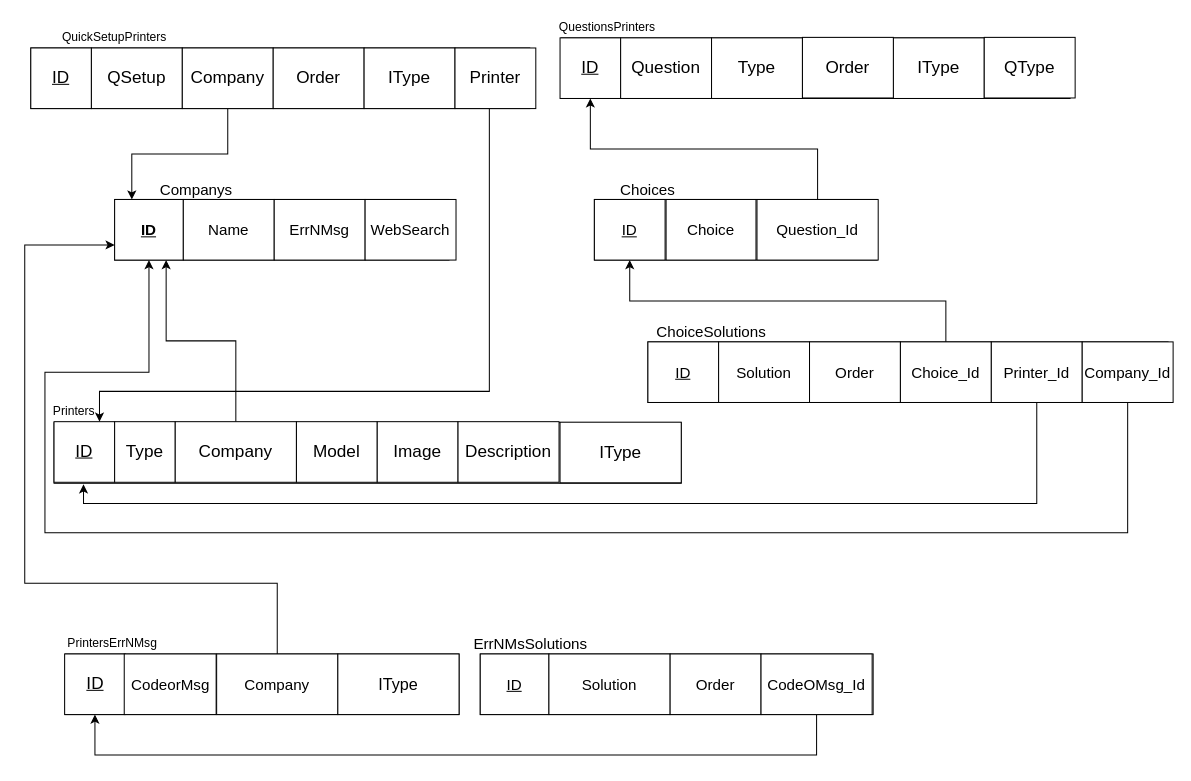
The draw.io diagram SchemaDiagram.drawio in SarahAminn/FixBoxExpertSystem, before the edit. Source tidied: cells renumbered, new cells numbered last; positions are measured from the earlier drawing's top-left corner, leaving out a move shared by most shapes. Both pictures are drawn from the tidied source at 101%, with x=0, y=0 at pixel (24, 17).
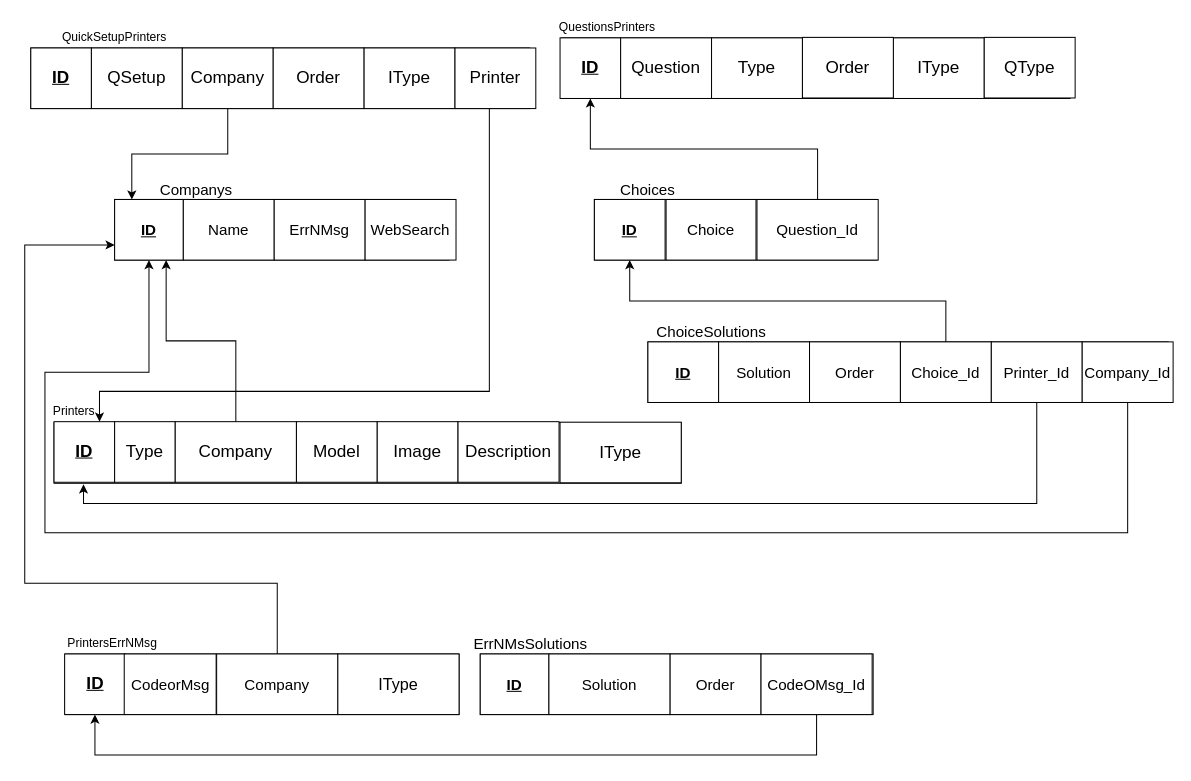
The same diagram, later.

Diff of the diagram source:
```diff
@@
-    <mxCell id="4" value="&lt;u&gt;&lt;font style=&quot;font-size: 17px&quot;&gt;ID&lt;/font&gt;&lt;/u&gt;" style="rounded=0;whiteSpace=wrap;html=1;" parent="1" vertex="1">
+    <mxCell id="4" value="&lt;u&gt;&lt;font style=&quot;font-size: 17px&quot;&gt;ID&lt;/font&gt;&lt;/u&gt;" style="rounded=0;whiteSpace=wrap;html=1;fontStyle=1;" parent="1" vertex="1">
       <mxGeometry x="6" y="30" width="60" height="60" as="geometry" />
     </mxCell>
@@
-    <mxCell id="12" value="&lt;u&gt;&lt;font style=&quot;font-size: 17px&quot;&gt;ID&lt;/font&gt;&lt;/u&gt;" style="rounded=0;whiteSpace=wrap;html=1;" parent="1" vertex="1">
+    <mxCell id="12" value="&lt;u&gt;&lt;font style=&quot;font-size: 17px&quot;&gt;ID&lt;/font&gt;&lt;/u&gt;" style="rounded=0;whiteSpace=wrap;html=1;fontStyle=1;" parent="1" vertex="1">
       <mxGeometry x="29" y="400" width="60" height="60" as="geometry" />
     </mxCell>
@@
-    <mxCell id="22" value="&lt;u&gt;&lt;font style=&quot;font-size: 17px&quot;&gt;ID&lt;/font&gt;&lt;/u&gt;" style="rounded=0;whiteSpace=wrap;html=1;" parent="1" vertex="1">
+    <mxCell id="22" value="&lt;u&gt;&lt;font style=&quot;font-size: 17px&quot;&gt;ID&lt;/font&gt;&lt;/u&gt;" style="rounded=0;whiteSpace=wrap;html=1;fontStyle=1;" parent="1" vertex="1">
       <mxGeometry x="530" y="20" width="60" height="60" as="geometry" />
     </mxCell>
@@
-    <mxCell id="30" value="&lt;u&gt;&lt;font style=&quot;font-size: 17px&quot;&gt;ID&lt;/font&gt;&lt;/u&gt;" style="rounded=0;whiteSpace=wrap;html=1;" parent="1" vertex="1">
+    <mxCell id="30" value="&lt;u&gt;&lt;font style=&quot;font-size: 17px&quot;&gt;ID&lt;/font&gt;&lt;/u&gt;" style="rounded=0;whiteSpace=wrap;html=1;fontStyle=1;" parent="1" vertex="1">
       <mxGeometry x="39.5" y="630" width="60" height="60" as="geometry" />
     </mxCell>
@@
-    <mxCell id="41" value="&lt;u&gt;ID&lt;/u&gt;" style="rounded=0;whiteSpace=wrap;html=1;fontSize=15;" parent="1" vertex="1">
+    <mxCell id="41" value="&lt;u&gt;ID&lt;/u&gt;" style="rounded=0;whiteSpace=wrap;html=1;fontSize=15;fontStyle=1;" parent="1" vertex="1">
       <mxGeometry x="617" y="321" width="70" height="60" as="geometry" />
     </mxCell>
@@
-    <mxCell id="47" value="&lt;u&gt;ID&lt;/u&gt;" style="rounded=0;whiteSpace=wrap;html=1;fontSize=15;" parent="1" vertex="1">
+    <mxCell id="47" value="&lt;u&gt;ID&lt;/u&gt;" style="rounded=0;whiteSpace=wrap;html=1;fontSize=15;fontStyle=1;" parent="1" vertex="1">
       <mxGeometry x="451" y="630" width="68" height="60" as="geometry" />
     </mxCell>
@@
-    <mxCell id="55" value="&lt;u&gt;ID&lt;/u&gt;" style="rounded=0;whiteSpace=wrap;html=1;fontSize=15;" parent="1" vertex="1">
+    <mxCell id="55" value="&lt;u&gt;ID&lt;/u&gt;" style="rounded=0;whiteSpace=wrap;html=1;fontSize=15;fontStyle=1;" parent="1" vertex="1">
       <mxGeometry x="564" y="180" width="70" height="60" as="geometry" />
     </mxCell>
```
